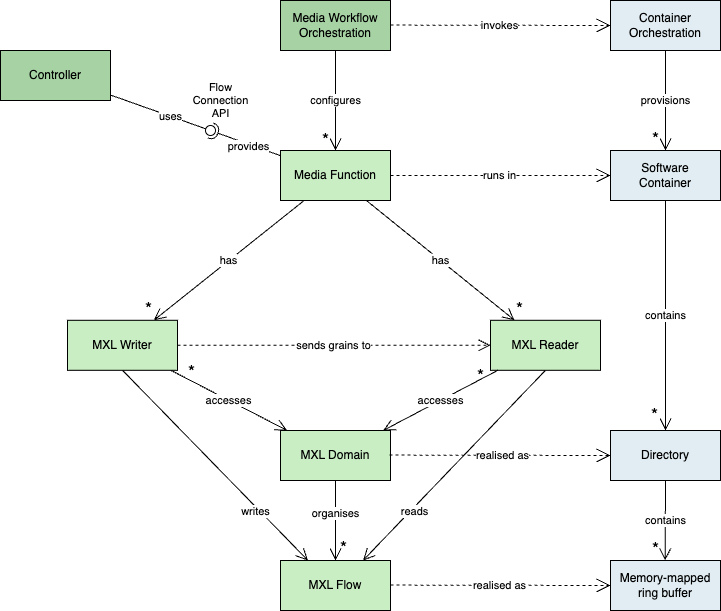
Above: docs/images/mxl-api-model.drawio.png in AMWA-TV/in-001 (draw.io), before the change. Source tidied: cells renumbered, new cells last; positions are measured from the earlier drawing's top-left corner, leaving out a move shared by most shapes.
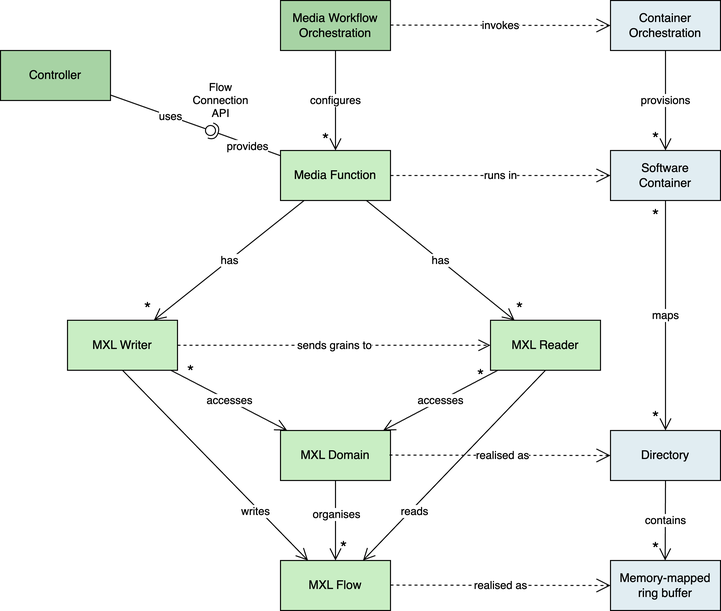
Later version of the same file.

What changed in the source:
```diff
@@ -1,4 +1,4 @@
-<mxGraphModel background="#ffffff">
+<mxGraphModel>
   <root>
     <mxCell id="0" />
     <mxCell id="1" parent="0" />
@@ -49,14 +49,19 @@
         <mxPoint x="-6" y="-28" as="offset" />
       </mxGeometry>
     </mxCell>
-    <mxCell id="15" value="contains" style="edgeStyle=none;shape=connector;rounded=0;jettySize=auto;html=1;strokeColor=default;align=center;verticalAlign=middle;fontFamily=Helvetica;fontSize=11;fontColor=default;labelBackgroundColor=default;startArrow=none;startFill=0;startSize=14;endArrow=open;endSize=10;" parent="1" edge="1" source="17" target="33">
+    <mxCell id="15" value="maps" style="edgeStyle=none;shape=connector;rounded=0;jettySize=auto;html=1;strokeColor=default;align=center;verticalAlign=middle;fontFamily=Helvetica;fontSize=11;fontColor=default;labelBackgroundColor=default;startArrow=none;startFill=0;startSize=14;endArrow=open;endSize=10;" parent="1" edge="1" source="17" target="33">
       <mxGeometry relative="1" as="geometry" />
     </mxCell>
     <mxCell id="16" value="*" style="edgeLabel;html=1;align=center;verticalAlign=middle;fontFamily=Helvetica;fontSize=18;fontColor=default;labelBackgroundColor=none;" parent="15" vertex="1">
       <mxGeometry x="0.88" y="1" relative="1" as="geometry">
-        <mxPoint x="-12" y="-3" as="offset" />
+        <mxPoint x="-12" as="offset" />
       </mxGeometry>
     </mxCell>
+    <mxCell id="44" value="&lt;font style=&quot;font-size: 18px;&quot;&gt;*&lt;/font&gt;" style="edgeLabel;html=1;align=center;verticalAlign=middle;labelBackgroundColor=none;" parent="15" vertex="1">
+      <mxGeometry x="-0.88" y="-1" relative="1" as="geometry">
+        <mxPoint x="-10" as="offset" />
+      </mxGeometry>
+    </mxCell>
     <mxCell id="17" value="Software&lt;br&gt;Container" style="html=1;whiteSpace=wrap;rounded=0;align=center;verticalAlign=middle;fontFamily=Helvetica;fontSize=12;fontColor=default;fillColor=#E1EDF2;" parent="1" vertex="1">
       <mxGeometry x="610" y="150" width="110" height="50" as="geometry" />
     </mxCell>
```
